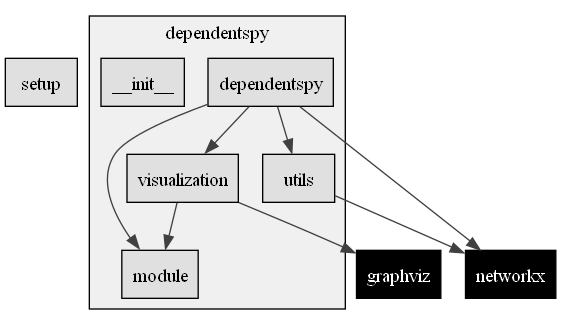
Earlier version of the Graphviz export dependentspy-test.gv.png (raihensen/dependentspy). Its source is kept beside it as dependentspy-test.gv. Its diagram source:
```dot
strict digraph "dependentspy-test" {
	setup [label=setup fillcolor="#e0e0e0" shape=rect style=filled type=project]
	graphviz [label=graphviz fillcolor=black fontcolor=white shape=rect style=filled type="3rdparty"]
	networkx [label=networkx fillcolor=black fontcolor=white shape=rect style=filled type="3rdparty"]
	subgraph "cluster[dependentspy]" {
		fillcolor="#f0f0f0" label=dependentspy style=filled
		"dependentspy.dependentspy" [label=dependentspy fillcolor="#e0e0e0" shape=rect style=filled type=project]
		"dependentspy.module" [label=module fillcolor="#e0e0e0" shape=rect style=filled type=project]
		"dependentspy.utils" [label=utils fillcolor="#e0e0e0" shape=rect style=filled type=project]
		"dependentspy.visualization" [label=visualization fillcolor="#e0e0e0" shape=rect style=filled type=project]
		"dependentspy.__init__" [label=__init__ fillcolor="#e0e0e0" shape=rect style=filled type=project]
	}
	"dependentspy.dependentspy" -> networkx [color="#404040" penwidth=1 type=import]
	"dependentspy.dependentspy" -> "dependentspy.utils" [color="#404040" penwidth=1 type=import]
	"dependentspy.dependentspy" -> "dependentspy.visualization" [color="#404040" penwidth=1 type=import]
	"dependentspy.dependentspy" -> "dependentspy.module" [color="#404040" penwidth=1 type=import]
	"dependentspy.utils" -> networkx [color="#404040" penwidth=1 type=import]
	"dependentspy.visualization" -> graphviz [color="#404040" penwidth=1 type=import]
	"dependentspy.visualization" -> "dependentspy.module" [color="#404040" penwidth=1 type=import]
}
```
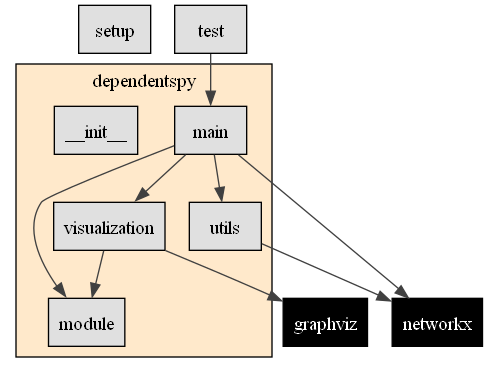
The same diagram one commit later.

The edit, as a diff of the source:
```diff
@@ -1,19 +1,21 @@
 strict digraph "dependentspy-test" {
 	setup [label=setup fillcolor="#e0e0e0" shape=rect style=filled type=project]
+	test [label=test fillcolor="#e0e0e0" shape=rect style=filled type=project]
 	graphviz [label=graphviz fillcolor=black fontcolor=white shape=rect style=filled type="3rdparty"]
 	networkx [label=networkx fillcolor=black fontcolor=white shape=rect style=filled type="3rdparty"]
 	subgraph "cluster[dependentspy]" {
-		fillcolor="#f0f0f0" label=dependentspy style=filled
-		"dependentspy.dependentspy" [label=dependentspy fillcolor="#e0e0e0" shape=rect style=filled type=project]
+		fillcolor="0.098,0.800,1.000,.25" label=dependentspy style=filled
+		"dependentspy.main" [label=main fillcolor="#e0e0e0" shape=rect style=filled type=project]
 		"dependentspy.module" [label=module fillcolor="#e0e0e0" shape=rect style=filled type=project]
 		"dependentspy.utils" [label=utils fillcolor="#e0e0e0" shape=rect style=filled type=project]
 		"dependentspy.visualization" [label=visualization fillcolor="#e0e0e0" shape=rect style=filled type=project]
 		"dependentspy.__init__" [label=__init__ fillcolor="#e0e0e0" shape=rect style=filled type=project]
 	}
-	"dependentspy.dependentspy" -> networkx [color="#404040" penwidth=1 type=import]
-	"dependentspy.dependentspy" -> "dependentspy.utils" [color="#404040" penwidth=1 type=import]
-	"dependentspy.dependentspy" -> "dependentspy.visualization" [color="#404040" penwidth=1 type=import]
-	"dependentspy.dependentspy" -> "dependentspy.module" [color="#404040" penwidth=1 type=import]
+	test -> "dependentspy.main" [color="#404040" penwidth=1 type=import]
+	"dependentspy.main" -> networkx [color="#404040" penwidth=1 type=import]
+	"dependentspy.main" -> "dependentspy.utils" [color="#404040" penwidth=1 type=import]
+	"dependentspy.main" -> "dependentspy.visualization" [color="#404040" penwidth=1 type=import]
+	"dependentspy.main" -> "dependentspy.module" [color="#404040" penwidth=1 type=import]
 	"dependentspy.utils" -> networkx [color="#404040" penwidth=1 type=import]
 	"dependentspy.visualization" -> graphviz [color="#404040" penwidth=1 type=import]
 	"dependentspy.visualization" -> "dependentspy.module" [color="#404040" penwidth=1 type=import]
```
